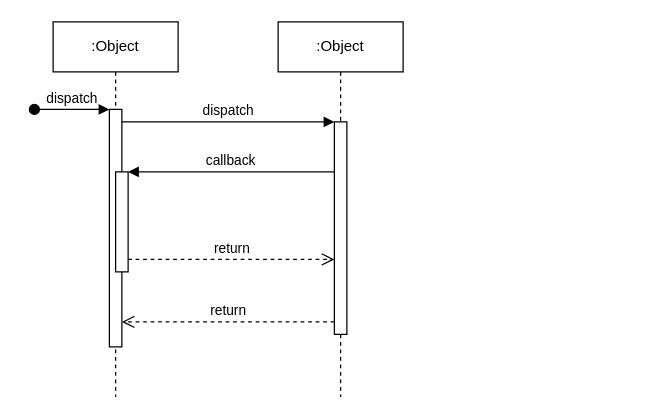
Above: Untitled Diagram.drawio in RonakitDev/example-jnd (draw.io), before the change. Source tidied: cells renumbered, new cells numbered last; positions are measured from the earlier drawing's top-left corner, leaving out a move shared by most shapes. Both pictures are drawn from the tidied source at 125%, with x=0, y=0 at pixel (34, 21).
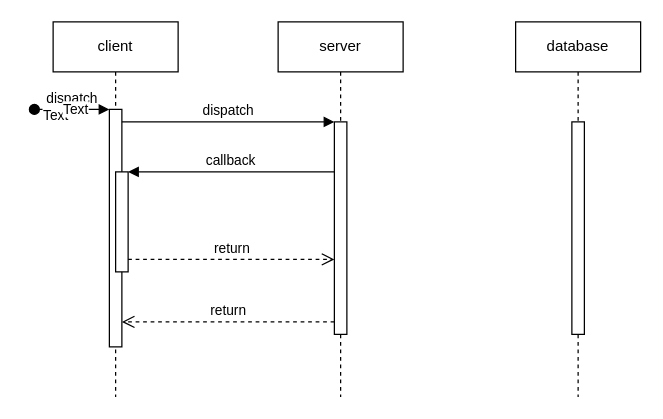
Above is the later version.

The change refers to these unchanged cells:
```xml
<mxCell id="3" style="html=1;points=[];perimeter=orthogonalPerimeter;outlineConnect=0;targetShapes=umlLifeline;portConstraint=eastwest;newEdgeStyle={&quot;edgeStyle&quot;:&quot;elbowEdgeStyle&quot;,&quot;elbow&quot;:&quot;vertical&quot;,&quot;curved&quot;:0,&quot;rounded&quot;:0};" parent="2" vertex="1">
  <mxGeometry x="45" y="70" width="10" height="190" as="geometry" />
</mxCell>
<mxCell id="4" value="dispatch" style="html=1;verticalAlign=bottom;startArrow=oval;endArrow=block;startSize=8;edgeStyle=elbowEdgeStyle;elbow=vertical;curved=0;rounded=0;" parent="2" edge="1" target="3">
  <mxGeometry relative="1" as="geometry">
    <mxPoint x="-15" y="70" as="sourcePoint" />
  </mxGeometry>
</mxCell>
<mxCell id="7" style="html=1;points=[];perimeter=orthogonalPerimeter;outlineConnect=0;targetShapes=umlLifeline;portConstraint=eastwest;newEdgeStyle={&quot;edgeStyle&quot;:&quot;elbowEdgeStyle&quot;,&quot;elbow&quot;:&quot;vertical&quot;,&quot;curved&quot;:0,&quot;rounded&quot;:0};" parent="6" vertex="1">
  <mxGeometry x="45" y="80" width="10" height="170" as="geometry" />
</mxCell>
```

Diff of the diagram source:
```diff
@@
-    <mxCell id="2" value=":Object" style="shape=umlLifeline;perimeter=lifelinePerimeter;whiteSpace=wrap;html=1;newEdgeStyle={&quot;edgeStyle&quot;:&quot;elbowEdgeStyle&quot;,&quot;elbow&quot;:&quot;vertical&quot;,&quot;curved&quot;:0,&quot;rounded&quot;:0};" parent="1" vertex="1">
+    <mxCell id="2" value="client" style="shape=umlLifeline;perimeter=lifelinePerimeter;whiteSpace=wrap;html=1;newEdgeStyle={&quot;edgeStyle&quot;:&quot;elbowEdgeStyle&quot;,&quot;elbow&quot;:&quot;vertical&quot;,&quot;curved&quot;:0,&quot;rounded&quot;:0};" parent="1" vertex="1">
       <mxGeometry x="15" width="100" height="300" as="geometry" />
     </mxCell>
@@
+    <mxCell id="12" value="Text" style="edgeLabel;html=1;align=center;verticalAlign=middle;" parent="4" vertex="1">
+      <mxGeometry x="-0.47" y="-4" relative="1" as="geometry" />
+    </mxCell>
+    <mxCell id="13" value="Text" style="edgeLabel;html=1;align=center;verticalAlign=middle;" parent="4" vertex="1">
+      <mxGeometry x="0.07" y="1" relative="1" as="geometry" />
+    </mxCell>
@@
-    <mxCell id="6" value=":Object" style="shape=umlLifeline;perimeter=lifelinePerimeter;whiteSpace=wrap;html=1;newEdgeStyle={&quot;edgeStyle&quot;:&quot;elbowEdgeStyle&quot;,&quot;elbow&quot;:&quot;vertical&quot;,&quot;curved&quot;:0,&quot;rounded&quot;:0};" parent="1" vertex="1">
+    <mxCell id="6" value="server" style="shape=umlLifeline;perimeter=lifelinePerimeter;whiteSpace=wrap;html=1;newEdgeStyle={&quot;edgeStyle&quot;:&quot;elbowEdgeStyle&quot;,&quot;elbow&quot;:&quot;vertical&quot;,&quot;curved&quot;:0,&quot;rounded&quot;:0};" parent="1" vertex="1">
       <mxGeometry x="195" width="100" height="300" as="geometry" />
     </mxCell>
@@
-    <mxCell id="8" value="dispatch" style="html=1;verticalAlign=bottom;endArrow=block;edgeStyle=elbowEdgeStyle;elbow=vertical;curved=0;rounded=0;" parent="1" edge="1" source="3" target="7">
+    <mxCell id="8" value="dispatch" style="html=1;verticalAlign=bottom;endArrow=block;edgeStyle=elbowEdgeStyle;elbow=horizontal;curved=0;rounded=0;" parent="1" edge="1" source="3" target="7">
       <mxGeometry relative="1" as="geometry">
         <Array as="points">
           <mxPoint x="155" y="80" />
         </Array>
       </mxGeometry>
     </mxCell>
@@
+    <mxCell id="14" value="database" style="shape=umlLifeline;perimeter=lifelinePerimeter;whiteSpace=wrap;html=1;newEdgeStyle={&quot;edgeStyle&quot;:&quot;elbowEdgeStyle&quot;,&quot;elbow&quot;:&quot;vertical&quot;,&quot;curved&quot;:0,&quot;rounded&quot;:0};" parent="1" vertex="1">
+      <mxGeometry x="385" width="100" height="300" as="geometry" />
+    </mxCell>
+    <mxCell id="15" style="html=1;perimeter=orthogonalPerimeter;targetShapes=umlLifeline;newEdgeStyle={&quot;edgeStyle&quot;:&quot;elbowEdgeStyle&quot;,&quot;elbow&quot;:&quot;vertical&quot;,&quot;curved&quot;:0,&quot;rounded&quot;:0};" parent="14" vertex="1">
+      <mxGeometry x="45" y="80" width="10" height="170" as="geometry" />
+    </mxCell>
```
